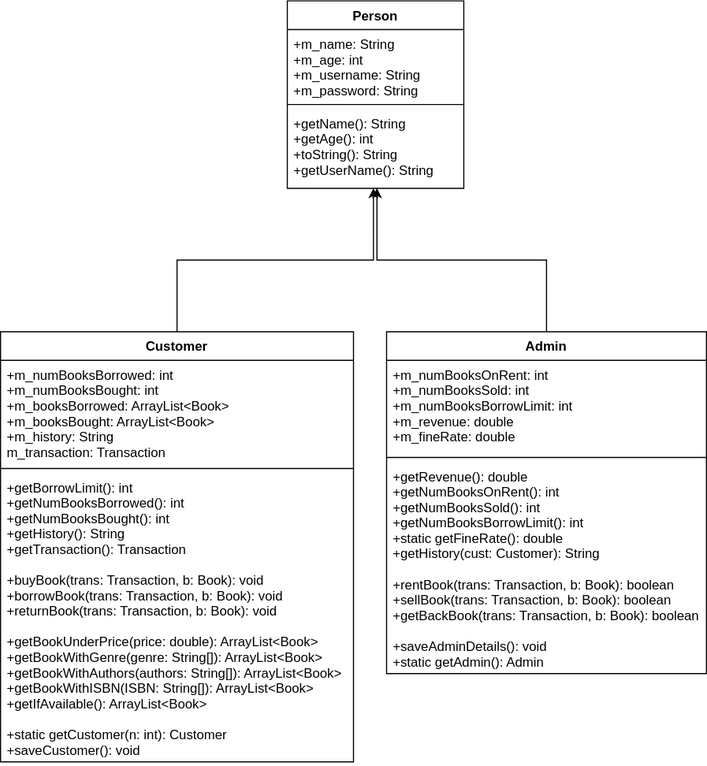
This is Library/control-flows/Library.svg from adarsh-kishore786/IT-Project, a draw.io export, as it was before one commit. Source tidied: cells renumbered, new cells last; positions are measured from the earlier drawing's top-left corner, leaving out a move shared by most shapes. Source of this version:
```xml
<mxGraphModel>
  <root>
    <mxCell id="0" />
    <mxCell id="1" parent="0" />
    <mxCell id="2" value="Person" style="swimlane;fontStyle=1;align=center;verticalAlign=top;horizontal=1;startSize=26;" parent="1" vertex="1">
      <mxGeometry x="260" width="160" height="170" as="geometry" />
    </mxCell>
    <mxCell id="3" value="+m_name: String&#10;+m_age: int&#10;+m_username: String&#10;+m_password: String" style="text;strokeColor=none;fillColor=none;align=left;verticalAlign=top;spacingLeft=4;spacingRight=4;overflow=hidden;" parent="2" vertex="1">
      <mxGeometry y="26" width="160" height="64" as="geometry" />
    </mxCell>
    <mxCell id="4" style="line;strokeWidth=1;fillColor=none;align=left;verticalAlign=middle;spacingTop=-1;spacingLeft=3;spacingRight=3;labelPosition=right;" parent="2" vertex="1">
      <mxGeometry y="90" width="160" height="8" as="geometry" />
    </mxCell>
    <mxCell id="5" value="+getName(): String&#10;+getAge(): int&#10;+toString(): String&#10;+getUserName(): String" style="text;strokeColor=none;fillColor=none;align=left;verticalAlign=top;spacingLeft=4;spacingRight=4;overflow=hidden;points=[[0,0.5],[1,0.5]];portConstraint=eastwest;" parent="2" vertex="1">
      <mxGeometry y="98" width="160" height="72" as="geometry" />
    </mxCell>
    <mxCell id="6" style="edgeStyle=orthogonalEdgeStyle;rounded=0;jettySize=auto;html=1;exitX=0.5;exitY=0;exitDx=0;exitDy=0;entryX=0.488;entryY=0.997;entryDx=0;entryDy=0;entryPerimeter=0;" parent="1" edge="1" source="7" target="5">
      <mxGeometry relative="1" as="geometry" />
    </mxCell>
    <mxCell id="7" value="Customer" style="swimlane;fontStyle=1;align=center;verticalAlign=top;horizontal=1;startSize=26;" parent="1" vertex="1">
      <mxGeometry y="300" width="320" height="390" as="geometry" />
    </mxCell>
    <mxCell id="8" value="+m_numBooksBorrowed: int&#10;+m_numBooksBought: int&#10;+m_booksBorrowed: ArrayList&lt;Book&gt;&#10;+m_booksBought: ArrayList&lt;Book&gt;&#10;+m_history: String&#10;m_transaction: Transaction" style="text;strokeColor=none;fillColor=none;align=left;verticalAlign=top;spacingLeft=4;spacingRight=4;overflow=hidden;" parent="7" vertex="1">
      <mxGeometry y="26" width="320" height="94" as="geometry" />
    </mxCell>
    <mxCell id="9" style="line;strokeWidth=1;fillColor=none;align=left;verticalAlign=middle;spacingTop=-1;spacingLeft=3;spacingRight=3;labelPosition=right;" parent="7" vertex="1">
      <mxGeometry y="120" width="320" height="8" as="geometry" />
    </mxCell>
    <mxCell id="10" value="+getBorrowLimit(): int&#10;+getNumBooksBorrowed(): int&#10;+getNumBooksBought(): int&#10;+getHistory(): String&#10;+getTransaction(): Transaction&#10;&#10;+buyBook(trans: Transaction, b: Book): void&#10;+borrowBook(trans: Transaction, b: Book): void&#10;+returnBook(trans: Transaction, b: Book): void&#10;&#10;+getBookUnderPrice(price: double): ArrayList&lt;Book&gt;&#10;+getBookWithGenre(genre: String[]): ArrayList&lt;Book&gt;&#10;+getBookWithAuthors(authors: String[]): ArrayList&lt;Book&gt;&#10;+getBookWithISBN(ISBN: String[]): ArrayList&lt;Book&gt;&#10;+getIfAvailable(): ArrayList&lt;Book&gt;&#10;&#10;+static getCustomer(n: int): Customer&#10;+saveCustomer(): void" style="text;strokeColor=none;fillColor=none;align=left;verticalAlign=top;spacingLeft=4;spacingRight=4;overflow=hidden;" parent="7" vertex="1">
      <mxGeometry y="128" width="320" height="262" as="geometry" />
    </mxCell>
    <mxCell id="11" style="edgeStyle=orthogonalEdgeStyle;rounded=0;jettySize=auto;html=1;exitX=0.5;exitY=0;exitDx=0;exitDy=0;entryX=0.508;entryY=0.997;entryDx=0;entryDy=0;entryPerimeter=0;" parent="1" edge="1" source="12" target="5">
      <mxGeometry relative="1" as="geometry" />
    </mxCell>
    <mxCell id="12" value="Admin" style="swimlane;fontStyle=1;align=center;verticalAlign=top;horizontal=1;startSize=26;" parent="1" vertex="1">
      <mxGeometry x="350" y="300" width="290" height="310" as="geometry" />
    </mxCell>
    <mxCell id="13" value="+m_numBooksOnRent: int&#10;+m_numBooksSold: int&#10;+m_numBooksBorrowLimit: int&#10;+m_revenue: double&#10;+m_fineRate: double" style="text;strokeColor=none;fillColor=none;align=left;verticalAlign=top;spacingLeft=4;spacingRight=4;overflow=hidden;" parent="12" vertex="1">
      <mxGeometry y="26" width="290" height="84" as="geometry" />
    </mxCell>
    <mxCell id="14" style="line;strokeWidth=1;fillColor=none;align=left;verticalAlign=middle;spacingTop=-1;spacingLeft=3;spacingRight=3;labelPosition=right;" parent="12" vertex="1">
      <mxGeometry y="110" width="290" height="8" as="geometry" />
    </mxCell>
    <mxCell id="15" value="+getRevenue(): double&#10;+getNumBooksOnRent(): int&#10;+getNumBooksSold(): int&#10;+getNumBooksBorrowLimit(): int&#10;+static getFineRate(): double&#10;+getHistory(cust: Customer): String&#10;&#10;+rentBook(trans: Transaction, b: Book): boolean&#10;+sellBook(trans: Transaction, b: Book): boolean&#10;+getBackBook(trans: Transaction, b: Book): boolean&#10;&#10;+saveAdminDetails(): void&#10;+static getAdmin(): Admin" style="text;strokeColor=none;fillColor=none;align=left;verticalAlign=top;spacingLeft=4;spacingRight=4;overflow=hidden;" parent="12" vertex="1">
      <mxGeometry y="118" width="290" height="192" as="geometry" />
    </mxCell>
  </root>
</mxGraphModel>
```
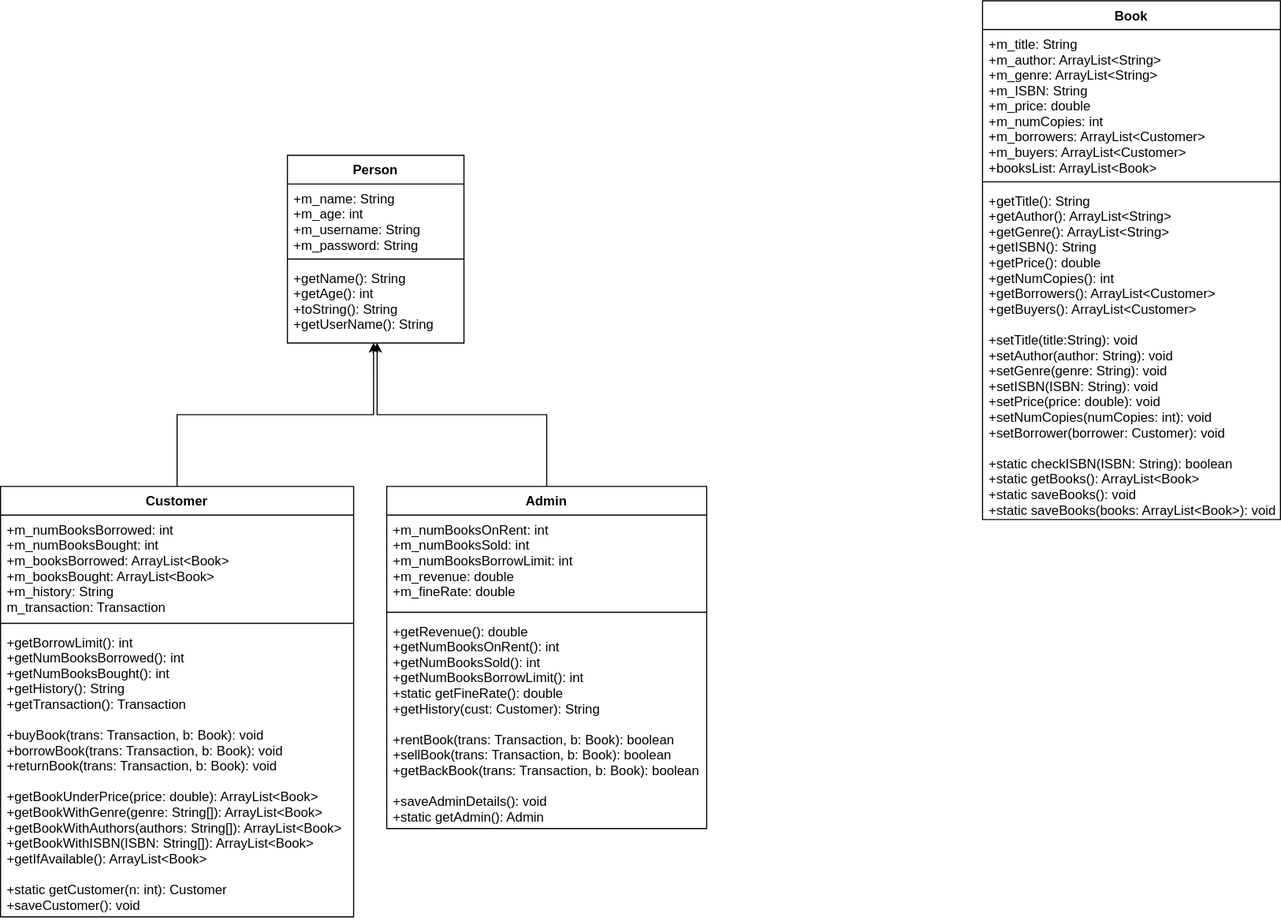
Later version of the same file.

Change to the diagram source:
```diff
@@ -44,5 +44,17 @@
     <mxCell id="15" value="+getRevenue(): double&#10;+getNumBooksOnRent(): int&#10;+getNumBooksSold(): int&#10;+getNumBooksBorrowLimit(): int&#10;+static getFineRate(): double&#10;+getHistory(cust: Customer): String&#10;&#10;+rentBook(trans: Transaction, b: Book): boolean&#10;+sellBook(trans: Transaction, b: Book): boolean&#10;+getBackBook(trans: Transaction, b: Book): boolean&#10;&#10;+saveAdminDetails(): void&#10;+static getAdmin(): Admin" style="text;strokeColor=none;fillColor=none;align=left;verticalAlign=top;spacingLeft=4;spacingRight=4;overflow=hidden;" parent="12" vertex="1">
       <mxGeometry y="118" width="290" height="192" as="geometry" />
     </mxCell>
+    <mxCell id="16" value="Book" style="swimlane;fontStyle=1;align=center;verticalAlign=top;horizontal=1;startSize=26;" parent="1" vertex="1">
+      <mxGeometry x="890" y="-140" width="270" height="470" as="geometry" />
+    </mxCell>
+    <mxCell id="17" value="+m_title: String&#10;+m_author: ArrayList&lt;String&gt;&#10;+m_genre: ArrayList&lt;String&gt;&#10;+m_ISBN: String&#10;+m_price: double&#10;+m_numCopies: int&#10;+m_borrowers: ArrayList&lt;Customer&gt;&#10;+m_buyers: ArrayList&lt;Customer&gt;&#10;+booksList: ArrayList&lt;Book&gt;" style="text;strokeColor=none;fillColor=none;align=left;verticalAlign=top;spacingLeft=4;spacingRight=4;overflow=hidden;" parent="16" vertex="1">
+      <mxGeometry y="26" width="270" height="134" as="geometry" />
+    </mxCell>
+    <mxCell id="18" style="line;strokeWidth=1;fillColor=none;align=left;verticalAlign=middle;spacingTop=-1;spacingLeft=3;spacingRight=3;labelPosition=right;" parent="16" vertex="1">
+      <mxGeometry y="160" width="270" height="8" as="geometry" />
+    </mxCell>
+    <mxCell id="19" value="+getTitle(): String&#10;+getAuthor(): ArrayList&lt;String&gt;&#10;+getGenre(): ArrayList&lt;String&gt;&#10;+getISBN(): String&#10;+getPrice(): double&#10;+getNumCopies(): int&#10;+getBorrowers(): ArrayList&lt;Customer&gt;&#10;+getBuyers(): ArrayList&lt;Customer&gt;&#10;&#10;+setTitle(title:String): void&#10;+setAuthor(author: String): void&#10;+setGenre(genre: String): void&#10;+setISBN(ISBN: String): void&#10;+setPrice(price: double): void&#10;+setNumCopies(numCopies: int): void&#10;+setBorrower(borrower: Customer): void&#10;&#10;+static checkISBN(ISBN: String): boolean&#10;+static getBooks(): ArrayList&lt;Book&gt;&#10;+static saveBooks(): void&#10;+static saveBooks(books: ArrayList&lt;Book&gt;): void" style="text;strokeColor=none;fillColor=none;align=left;verticalAlign=top;spacingLeft=4;spacingRight=4;overflow=hidden;" parent="16" vertex="1">
+      <mxGeometry y="168" width="270" height="302" as="geometry" />
+    </mxCell>
   </root>
 </mxGraphModel>
```
